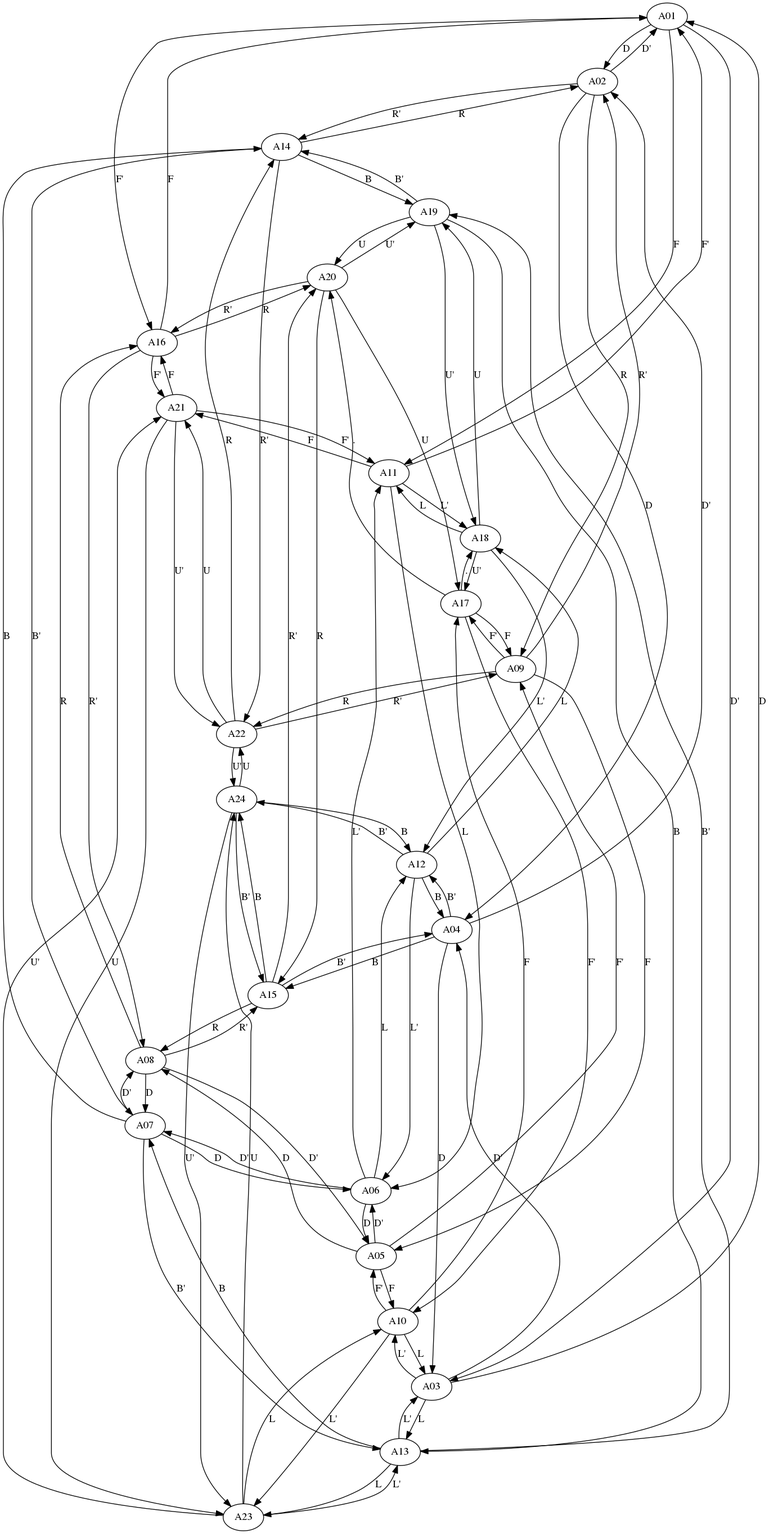
This is Graphes/Images/oriented_graph_edge.png from juliengiraud/Rubik-s_Cube, a Graphviz export, as it was before one commit. Its source is kept beside it as Graphes/Sources/oriented_graph_edge.dot. The source it was exported from:
```dot
digraph finite_state_machine {
    A01 -> A02 [label="D"];
    A01 -> A03 [label="D'"];
    A01 -> A11 [label="F"];
    A01 -> A16 [label="F'"];

    A02 -> A01 [label="D'"];
    A02 -> A04 [label="D"];
    A02 -> A09 [label="R"];
    A02 -> A14 [label="R'"];

    A03 -> A01 [label="D"];
    A03 -> A04 [label="D'"];
    A03 -> A10 [label="L'"];
    A03 -> A13 [label="L"];

    A04 -> A02 [label="D'"];
    A04 -> A03 [label="D"];
    A04 -> A12 [label="B'"];
    A04 -> A15 [label="B"];

    A05 -> A06 [label="D'"];
    A05 -> A08 [label="D"];
    A05 -> A09 [label="F'"];
    A05 -> A10 [label="F"];

    A06 -> A05 [label="D"];
    A06 -> A07 [label="D'"];
    A06 -> A11 [label="L'"];
    A06 -> A12 [label="L"];

    A07 -> A06 [label="D"];
    A07 -> A08 [label="D'"];
    A07 -> A13 [label="B'"];
    A07 -> A14 [label="B"];

    A08 -> A07 [label="D"];
    A08 -> A05 [label="D'"];
    A08 -> A15 [label="R'"];
    A08 -> A16 [label="R"];

    A09 -> A02 [label="R'"];
    A09 -> A05 [label="F"];
    A09 -> A17 [label="F'"];
    A09 -> A22 [label="R"];

    A10 -> A03 [label="L"];
    A10 -> A05 [label="F'"];
    A10 -> A17 [label="F"];
    A10 -> A23 [label="L'"];

    A11 -> A01 [label="F'"];
    A11 -> A06 [label="L"];
    A11 -> A18 [label="L'"];
    A11 -> A21 [label="F"];

    A12 -> A04 [label="B"];
    A12 -> A06 [label="L'"];
    A12 -> A18 [label="L"];
    A12 -> A24 [label="B'"];

    A13 -> A03 [label="L'"];
    A13 -> A07 [label="B"];
    A13 -> A19 [label="B'"];
    A13 -> A23 [label="L"];

    A14 -> A02 [label="R"];
    A14 -> A07 [label="B'"];
    A14 -> A19 [label="B"];
    A14 -> A22 [label="R'"];

    A15 -> A04 [label="B'"];
    A15 -> A08 [label="R"];
    A15 -> A20 [label="R'"];
    A15 -> A24 [label="B"];

    A16 -> A01 [label="F"];
    A16 -> A08 [label="R'"];
    A16 -> A20 [label="R"];
    A16 -> A21 [label="F'"];

    A17 -> A09 [label="F"];
    A17 -> A10 [label="F'"];
    A17 -> A18 [label="."];
    A17 -> A20 [label="."];

    A18 -> A11 [label="L"];
    A18 -> A12 [label="L'"];
    A18 -> A17 [label="U'"];
    A18 -> A19 [label="U"];

    A19 -> A13 [label="B"];
    A19 -> A14 [label="B'"];
    A19 -> A18 [label="U'"];
    A19 -> A20 [label="U"];

    A20 -> A15 [label="R"];
    A20 -> A16 [label="R'"];
    A20 -> A17 [label="U"];
    A20 -> A19 [label="U'"];

    A21 -> A11 [label="F'"];
    A21 -> A16 [label="F"];
    A21 -> A22 [label="U'"];
    A21 -> A23 [label="U"];

    A22 -> A09 [label="R'"];
    A22 -> A14 [label="R"];
    A22 -> A21 [label="U"];
    A22 -> A24 [label="U'"];

    A23 -> A10 [label="L"];
    A23 -> A13 [label="L'"];
    A23 -> A21 [label="U'"];
    A23 -> A24 [label="U"];

    A24 -> A12 [label="B"];
    A24 -> A15 [label="B'"];
    A24 -> A22 [label="U"];
    A24 -> A23 [label="U'"];
}
```
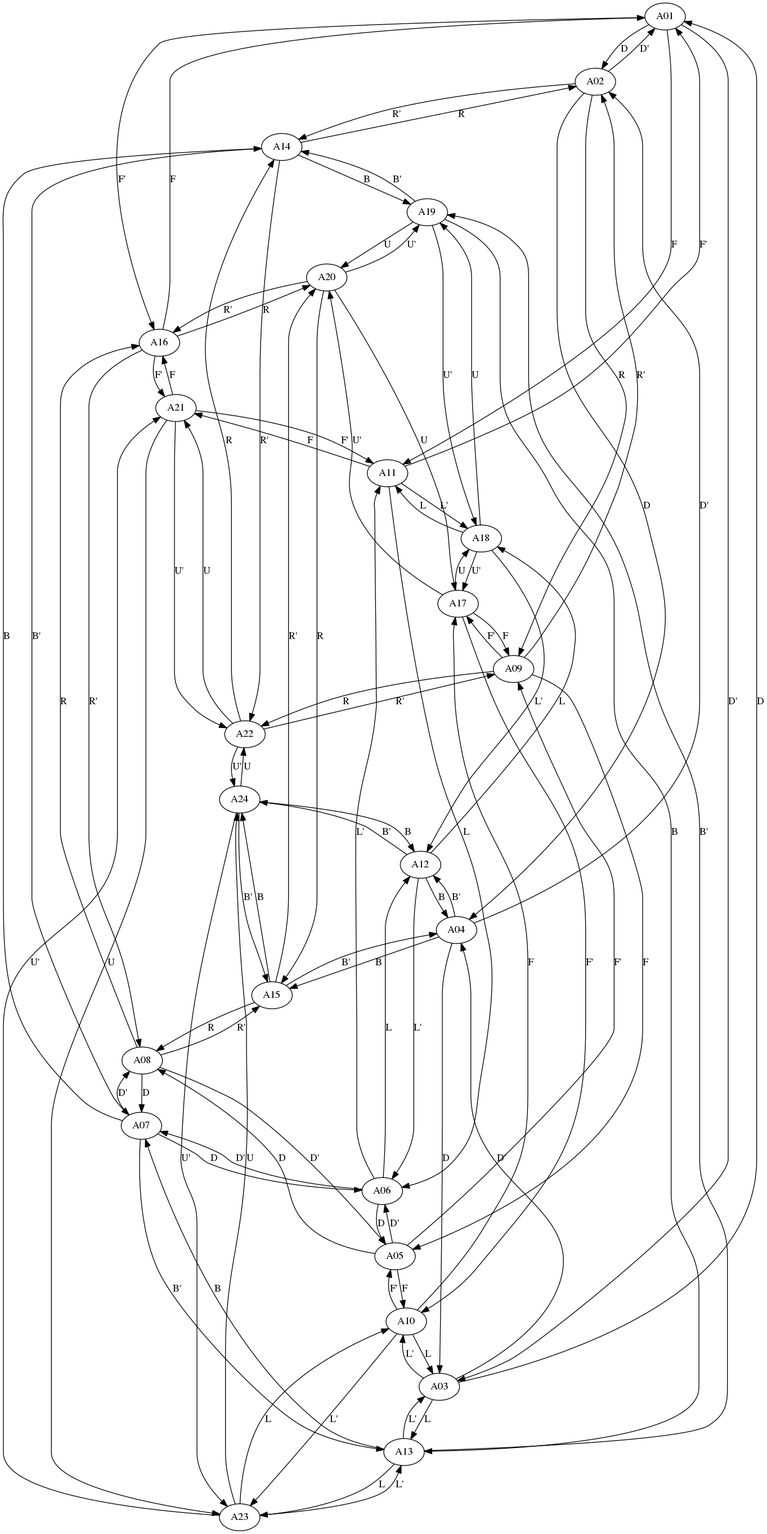
The same diagram one commit later.

Change to the diagram source:
```diff
@@ -81,8 +81,8 @@
 
     A17 -> A09 [label="F"];
     A17 -> A10 [label="F'"];
-    A17 -> A18 [label="."];
-    A17 -> A20 [label="."];
+    A17 -> A18 [label="U"];
+    A17 -> A20 [label="U'"];
 
     A18 -> A11 [label="L"];
     A18 -> A12 [label="L'"];
```
